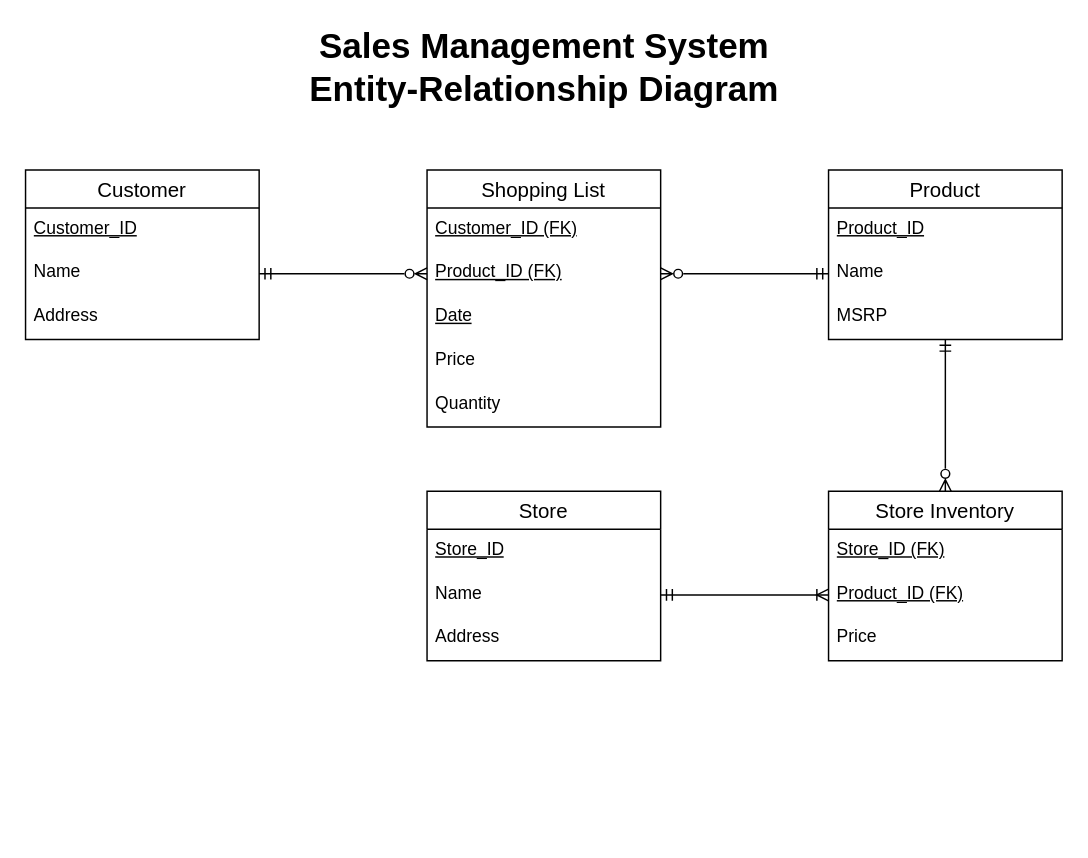
Earlier version of the draw.io diagram page "Page-1" (1 of 2) of SMS Class Diagram.drawio (HLiew97/CIS-3060). Source tidied: cells renumbered, new cells numbered last; positions are measured from the earlier drawing's top-left corner, leaving out a move shared by most shapes. Both pictures are drawn from the tidied source at 146%, with x=0, y=0 at pixel (25, 38).
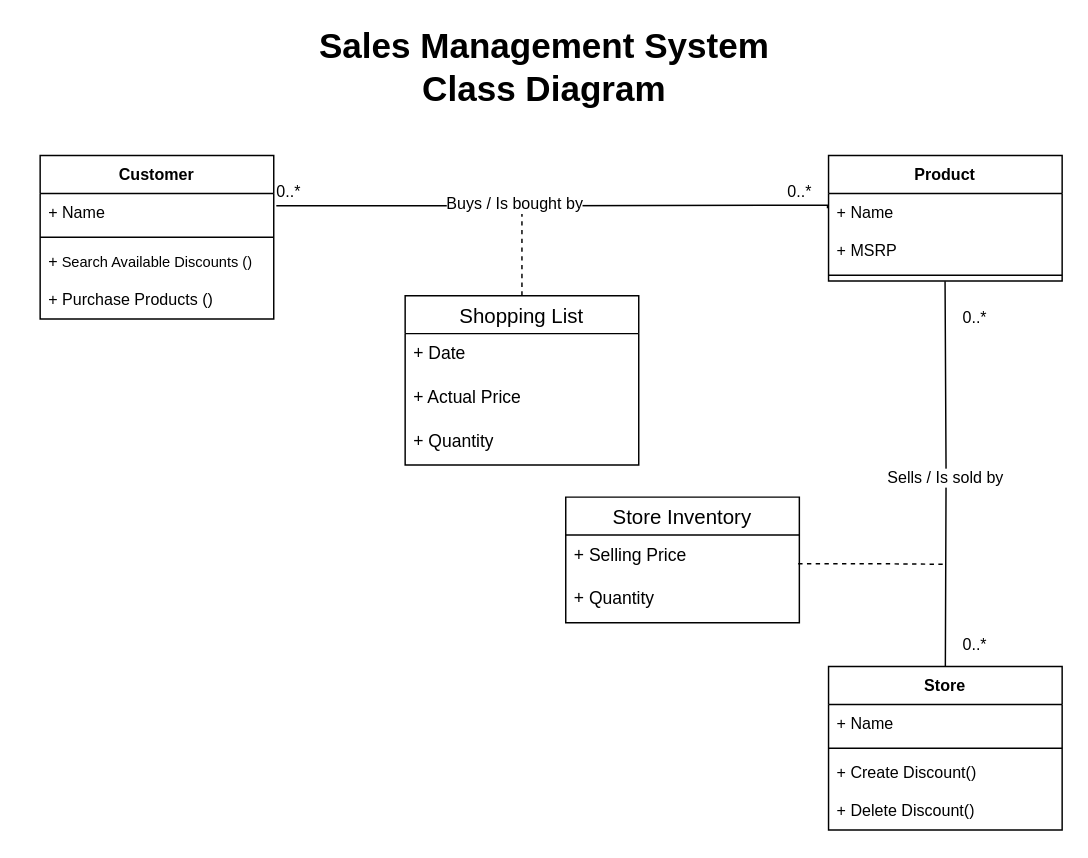
The same page after the edit.

Change to the diagram source:
```diff
@@
-    <mxCell id="2" value="Customer" style="swimlane;fontStyle=0;horizontal=1;startSize=26;align=center;fontSize=14;" parent="1" vertex="1">
-      <mxGeometry y="90" width="160" height="116" as="geometry" />
-    </mxCell>
-    <mxCell id="3" value="Customer_ID" style="text;strokeColor=none;fillColor=none;spacingLeft=4;spacingRight=4;overflow=hidden;fontSize=12;whiteSpace=wrap;html=1;fontStyle=4;" parent="2" vertex="1">
-      <mxGeometry y="26" width="160" height="30" as="geometry" />
-    </mxCell>
-    <mxCell id="4" value="Name" style="text;strokeColor=none;fillColor=none;spacingLeft=4;spacingRight=4;overflow=hidden;points=[[0,0.5],[1,0.5]];portConstraint=eastwest;fontSize=12;whiteSpace=wrap;html=1;" parent="2" vertex="1">
-      <mxGeometry y="56" width="160" height="30" as="geometry" />
-    </mxCell>
-    <mxCell id="5" value="Address" style="text;strokeColor=none;fillColor=none;spacingLeft=4;spacingRight=4;overflow=hidden;fontSize=12;whiteSpace=wrap;html=1;" parent="2" vertex="1">
-      <mxGeometry y="86" width="160" height="30" as="geometry" />
-    </mxCell>
-    <mxCell id="6" value="Store" style="swimlane;fontStyle=0;horizontal=1;startSize=26;align=center;fontSize=14;" parent="1" vertex="1">
-      <mxGeometry x="275" y="310" width="160" height="116" as="geometry" />
-    </mxCell>
-    <mxCell id="7" value="Store_ID" style="text;strokeColor=none;fillColor=none;spacingLeft=4;spacingRight=4;overflow=hidden;fontSize=12;whiteSpace=wrap;html=1;fontStyle=4;" parent="6" vertex="1">
-      <mxGeometry y="26" width="160" height="30" as="geometry" />
-    </mxCell>
-    <mxCell id="8" value="Name" style="text;strokeColor=none;fillColor=none;spacingLeft=4;spacingRight=4;overflow=hidden;points=[[0,0.5],[1,0.5]];portConstraint=eastwest;fontSize=12;whiteSpace=wrap;html=1;" parent="6" vertex="1">
-      <mxGeometry y="56" width="160" height="30" as="geometry" />
-    </mxCell>
-    <mxCell id="9" value="Address" style="text;strokeColor=none;fillColor=none;spacingLeft=4;spacingRight=4;overflow=hidden;fontSize=12;whiteSpace=wrap;html=1;" parent="6" vertex="1">
-      <mxGeometry y="86" width="160" height="30" as="geometry" />
-    </mxCell>
-    <mxCell id="10" value="Product" style="swimlane;fontStyle=0;horizontal=1;startSize=26;align=center;fontSize=14;" parent="1" vertex="1">
-      <mxGeometry x="550" y="90" width="160" height="116" as="geometry" />
-    </mxCell>
-    <mxCell id="11" value="Product_ID" style="text;strokeColor=none;fillColor=none;spacingLeft=4;spacingRight=4;overflow=hidden;fontSize=12;whiteSpace=wrap;html=1;fontStyle=4;" parent="10" vertex="1">
-      <mxGeometry y="26" width="160" height="30" as="geometry" />
-    </mxCell>
-    <mxCell id="12" value="Name" style="text;strokeColor=none;fillColor=none;spacingLeft=4;spacingRight=4;overflow=hidden;points=[[0,0.5],[1,0.5]];portConstraint=eastwest;fontSize=12;whiteSpace=wrap;html=1;" parent="10" vertex="1">
-      <mxGeometry y="56" width="160" height="30" as="geometry" />
-    </mxCell>
-    <mxCell id="13" value="MSRP" style="text;strokeColor=none;fillColor=none;spacingLeft=4;spacingRight=4;overflow=hidden;fontSize=12;whiteSpace=wrap;html=1;" parent="10" vertex="1">
-      <mxGeometry y="86" width="160" height="30" as="geometry" />
-    </mxCell>
+    <mxCell id="29" style="edgeStyle=orthogonalEdgeStyle;shape=connector;rounded=0;orthogonalLoop=1;jettySize=auto;html=1;strokeColor=default;align=center;verticalAlign=middle;fontFamily=Helvetica;fontSize=11;fontColor=default;labelBackgroundColor=default;endArrow=none;endFill=0;entryX=0.499;entryY=1.005;entryDx=0;entryDy=0;entryPerimeter=0;" parent="1" edge="1">
+      <mxGeometry relative="1" as="geometry">
+        <mxPoint x="630" y="430" as="sourcePoint" />
+        <mxPoint x="629.8" y="166.1" as="targetPoint" />
+      </mxGeometry>
+    </mxCell>
+    <mxCell id="30" value="Sells / Is sold by" style="edgeLabel;html=1;align=center;verticalAlign=middle;fontFamily=Helvetica;fontSize=11;fontColor=default;labelBackgroundColor=default;" parent="29" vertex="1">
+      <mxGeometry x="-0.02" y="1" relative="1" as="geometry" />
+    </mxCell>
+    <mxCell id="31" style="edgeStyle=orthogonalEdgeStyle;shape=connector;rounded=0;jettySize=auto;html=1;strokeColor=default;align=center;verticalAlign=middle;fontFamily=Helvetica;fontSize=11;fontColor=default;labelBackgroundColor=default;endArrow=none;endFill=0;dashed=1;" parent="1" edge="1" source="14">
+      <mxGeometry relative="1" as="geometry">
+        <mxPoint x="340" y="120" as="targetPoint" />
+      </mxGeometry>
+    </mxCell>
     <mxCell id="14" value="Shopping List" style="swimlane;fontStyle=0;horizontal=1;startSize=26;align=center;fontSize=14;" parent="1" vertex="1">
-      <mxGeometry x="275" y="90" width="160" height="176" as="geometry" />
+      <mxGeometry x="260" y="176" width="160" height="116" as="geometry" />
     </mxCell>
-    <mxCell id="15" value="Customer_ID (FK)" style="text;strokeColor=none;fillColor=none;spacingLeft=4;spacingRight=4;overflow=hidden;fontSize=12;whiteSpace=wrap;html=1;fontStyle=4;" parent="14" vertex="1">
-      <mxGeometry y="26" width="160" height="30" as="geometry" />
-    </mxCell>
-    <mxCell id="16" value="Product_ID (FK)" style="text;strokeColor=none;fillColor=none;spacingLeft=4;spacingRight=4;overflow=hidden;points=[[0,0.5],[1,0.5]];portConstraint=eastwest;fontSize=12;whiteSpace=wrap;html=1;fontStyle=4;" parent="14" vertex="1">
-      <mxGeometry y="56" width="160" height="30" as="geometry" />
-    </mxCell>
-    <mxCell id="17" value="Date" style="text;strokeColor=none;fillColor=none;spacingLeft=4;spacingRight=4;overflow=hidden;fontSize=12;whiteSpace=wrap;html=1;fontStyle=4;" parent="14" vertex="1">
-      <mxGeometry y="86" width="160" height="30" as="geometry" />
+    <mxCell id="17" value="+ Date" style="text;strokeColor=none;fillColor=none;spacingLeft=4;spacingRight=4;overflow=hidden;fontSize=12;whiteSpace=wrap;html=1;fontStyle=0;" parent="14" vertex="1">
+      <mxGeometry y="26" width="160" height="30" as="geometry" />
     </mxCell>
-    <mxCell id="18" value="Price" style="text;strokeColor=none;fillColor=none;spacingLeft=4;spacingRight=4;overflow=hidden;fontSize=12;whiteSpace=wrap;html=1;fontStyle=0;" parent="14" vertex="1">
-      <mxGeometry y="116" width="160" height="30" as="geometry" />
+    <mxCell id="18" value="+ Actual Price" style="text;strokeColor=none;fillColor=none;spacingLeft=4;spacingRight=4;overflow=hidden;fontSize=12;whiteSpace=wrap;html=1;fontStyle=0;" parent="14" vertex="1">
+      <mxGeometry y="56" width="160" height="30" as="geometry" />
     </mxCell>
-    <mxCell id="19" value="Quantity" style="text;strokeColor=none;fillColor=none;spacingLeft=4;spacingRight=4;overflow=hidden;fontSize=12;whiteSpace=wrap;html=1;fontStyle=0;" parent="14" vertex="1">
-      <mxGeometry y="146" width="160" height="30" as="geometry" />
+    <mxCell id="19" value="+ Quantity" style="text;strokeColor=none;fillColor=none;spacingLeft=4;spacingRight=4;overflow=hidden;fontSize=12;whiteSpace=wrap;html=1;fontStyle=0;" parent="14" vertex="1">
+      <mxGeometry y="86" width="160" height="30" as="geometry" />
     </mxCell>
-    <mxCell id="20" style="edgeStyle=orthogonalEdgeStyle;shape=connector;rounded=0;jettySize=auto;html=1;strokeColor=default;align=center;verticalAlign=middle;fontFamily=Helvetica;fontSize=11;fontColor=default;labelBackgroundColor=default;endArrow=ERmandOne;endFill=0;entryX=0.5;entryY=1;entryDx=0;entryDy=0;startArrow=ERzeroToMany;startFill=0;" parent="1" edge="1" source="21" target="10">
-      <mxGeometry relative="1" as="geometry" />
-    </mxCell>
+    <mxCell id="32" style="edgeStyle=orthogonalEdgeStyle;shape=connector;rounded=0;orthogonalLoop=1;jettySize=auto;html=1;strokeColor=default;align=center;verticalAlign=middle;fontFamily=Helvetica;fontSize=11;fontColor=default;labelBackgroundColor=default;endArrow=none;endFill=0;exitX=0.995;exitY=0.653;exitDx=0;exitDy=0;dashed=1;exitPerimeter=0;" parent="1" edge="1">
+      <mxGeometry relative="1" as="geometry">
+        <mxPoint x="529.2" y="359.6" as="sourcePoint" />
+        <mxPoint x="630" y="360" as="targetPoint" />
+        <Array as="points">
+          <mxPoint x="580" y="360" />
+        </Array>
+      </mxGeometry>
+    </mxCell>
     <mxCell id="21" value="Store Inventory" style="swimlane;fontStyle=0;horizontal=1;startSize=26;align=center;fontSize=14;" parent="1" vertex="1">
-      <mxGeometry x="550" y="310" width="160" height="116" as="geometry" />
+      <mxGeometry x="370" y="314" width="160" height="86" as="geometry" />
     </mxCell>
-    <mxCell id="22" value="Store_ID (FK)&lt;div&gt;&lt;br&gt;&lt;/div&gt;" style="text;strokeColor=none;fillColor=none;spacingLeft=4;spacingRight=4;overflow=hidden;fontSize=12;whiteSpace=wrap;html=1;fontStyle=4;" parent="21" vertex="1">
-      <mxGeometry y="26" width="160" height="30" as="geometry" />
-    </mxCell>
-    <mxCell id="23" value="Product_ID (FK)" style="text;strokeColor=none;fillColor=none;spacingLeft=4;spacingRight=4;overflow=hidden;points=[[0,0.5],[1,0.5]];portConstraint=eastwest;fontSize=12;whiteSpace=wrap;html=1;fontStyle=4;" parent="21" vertex="1">
-      <mxGeometry y="56" width="160" height="30" as="geometry" />
-    </mxCell>
-    <mxCell id="24" value="Price" style="text;strokeColor=none;fillColor=none;spacingLeft=4;spacingRight=4;overflow=hidden;fontSize=12;whiteSpace=wrap;html=1;" parent="21" vertex="1">
-      <mxGeometry y="86" width="160" height="30" as="geometry" />
+    <mxCell id="24" value="+ Selling Price" style="text;strokeColor=none;fillColor=none;spacingLeft=4;spacingRight=4;overflow=hidden;fontSize=12;whiteSpace=wrap;html=1;" parent="21" vertex="1">
+      <mxGeometry y="26" width="160" height="30" as="geometry" />
     </mxCell>
+    <mxCell id="33" value="+ Quantity" style="text;strokeColor=none;fillColor=none;spacingLeft=4;spacingRight=4;overflow=hidden;fontSize=12;whiteSpace=wrap;html=1;" parent="21" vertex="1">
+      <mxGeometry y="56" width="160" height="30" as="geometry" />
+    </mxCell>
-    <mxCell id="25" value="Sales Management System&lt;div&gt;Entity-Relationship Diagram&lt;/div&gt;" style="text;strokeColor=none;fillColor=none;html=1;fontSize=24;fontStyle=1;verticalAlign=middle;align=center;" parent="1" vertex="1">
+    <mxCell id="25" value="Sales Management System&lt;div&gt;Class Diagram&lt;/div&gt;" style="text;strokeColor=none;fillColor=none;html=1;fontSize=24;fontStyle=1;verticalAlign=middle;align=center;" parent="1" vertex="1">
       <mxGeometry x="305" width="100" height="40" as="geometry" />
     </mxCell>
-    <mxCell id="26" style="edgeStyle=orthogonalEdgeStyle;rounded=0;jettySize=auto;html=1;entryX=0;entryY=0.5;entryDx=0;entryDy=0;endArrow=ERzeroToMany;endFill=0;startArrow=ERmandOne;startFill=0;" parent="1" edge="1" source="4" target="16">
-      <mxGeometry relative="1" as="geometry" />
-    </mxCell>
-    <mxCell id="27" style="edgeStyle=orthogonalEdgeStyle;shape=connector;rounded=0;jettySize=auto;html=1;entryX=1;entryY=0.5;entryDx=0;entryDy=0;strokeColor=default;align=center;verticalAlign=middle;fontFamily=Helvetica;fontSize=11;fontColor=default;labelBackgroundColor=default;endArrow=ERzeroToMany;endFill=0;startArrow=ERmandOne;startFill=0;exitX=0;exitY=0.5;exitDx=0;exitDy=0;" parent="1" edge="1" source="12" target="16">
-      <mxGeometry relative="1" as="geometry">
-        <Array as="points">
-          <mxPoint x="530" y="161" />
-          <mxPoint x="530" y="161" />
-        </Array>
-      </mxGeometry>
-    </mxCell>
-    <mxCell id="28" style="edgeStyle=orthogonalEdgeStyle;shape=connector;rounded=0;jettySize=auto;html=1;entryX=0;entryY=0.5;entryDx=0;entryDy=0;strokeColor=default;align=center;verticalAlign=middle;fontFamily=Helvetica;fontSize=11;fontColor=default;labelBackgroundColor=default;endArrow=ERoneToMany;endFill=0;startArrow=ERmandOne;startFill=0;" parent="1" edge="1" source="8" target="23">
-      <mxGeometry relative="1" as="geometry" />
-    </mxCell>
+    <mxCell id="34" style="edgeStyle=orthogonalEdgeStyle;rounded=0;jettySize=auto;html=1;endArrow=none;endFill=0;exitX=1.011;exitY=0.324;exitDx=0;exitDy=0;exitPerimeter=0;entryX=0.982;entryY=0.871;entryDx=0;entryDy=0;entryPerimeter=0;" parent="1" edge="1" source="40" target="36">
+      <mxGeometry relative="1" as="geometry">
+        <Array as="points">
+          <mxPoint x="359" y="114" />
+          <mxPoint x="549" y="114" />
+        </Array>
+      </mxGeometry>
+    </mxCell>
+    <mxCell id="35" value="Buys / Is bought by" style="edgeLabel;html=1;align=center;verticalAlign=middle;fontFamily=Helvetica;fontSize=11;fontColor=default;labelBackgroundColor=default;" parent="34" vertex="1">
+      <mxGeometry x="-0.14" y="2" relative="1" as="geometry" />
+    </mxCell>
+    <mxCell id="36" value="0..*" style="text;html=1;align=center;verticalAlign=middle;points=[];strokeColor=none;fillColor=none;fontFamily=Helvetica;fontSize=11;fontColor=default;labelBackgroundColor=default;" parent="1" vertex="1">
+      <mxGeometry x="510" y="90" width="40" height="30" as="geometry" />
+    </mxCell>
+    <mxCell id="37" value="0..*" style="text;html=1;align=center;verticalAlign=middle;strokeColor=none;fillColor=none;fontFamily=Helvetica;fontSize=11;fontColor=default;labelBackgroundColor=default;" parent="1" vertex="1">
+      <mxGeometry x="630" y="176" width="40" height="30" as="geometry" />
+    </mxCell>
+    <mxCell id="38" value="0..*" style="text;html=1;align=center;verticalAlign=middle;strokeColor=none;fillColor=none;fontFamily=Helvetica;fontSize=11;fontColor=default;labelBackgroundColor=default;" parent="1" vertex="1">
+      <mxGeometry x="630" y="400" width="40" height="30" as="geometry" />
+    </mxCell>
+    <mxCell id="39" value="0..*" style="text;html=1;align=center;verticalAlign=middle;strokeColor=none;fillColor=none;fontFamily=Helvetica;fontSize=11;fontColor=default;labelBackgroundColor=default;" parent="1" vertex="1">
+      <mxGeometry x="160" y="90" width="40" height="30" as="geometry" />
+    </mxCell>
+    <mxCell id="2" value="Customer" style="swimlane;fontStyle=1;align=center;verticalAlign=top;horizontal=1;startSize=26;whiteSpace=wrap;html=1;fontFamily=Helvetica;fontSize=11;fontColor=default;labelBackgroundColor=default;" parent="1" vertex="1">
+      <mxGeometry x="10" y="80" width="160" height="112" as="geometry" />
+    </mxCell>
+    <mxCell id="40" value="+ Name" style="text;strokeColor=none;fillColor=none;align=left;verticalAlign=top;spacingLeft=4;spacingRight=4;overflow=hidden;points=[[0,0.5],[1,0.5]];portConstraint=eastwest;whiteSpace=wrap;html=1;fontFamily=Helvetica;fontSize=11;fontColor=default;labelBackgroundColor=default;" parent="2" vertex="1">
+      <mxGeometry y="26" width="160" height="26" as="geometry" />
+    </mxCell>
+    <mxCell id="41" style="line;strokeWidth=1;fillColor=none;align=left;verticalAlign=middle;spacingTop=-1;spacingLeft=3;spacingRight=3;labelPosition=right;strokeColor=inherit;fontFamily=Helvetica;fontSize=11;fontColor=default;labelBackgroundColor=default;" parent="2" vertex="1">
+      <mxGeometry y="52" width="160" height="8" as="geometry" />
+    </mxCell>
+    <mxCell id="42" value="+&lt;font style=&quot;font-size: 10px;&quot;&gt; Search Available Discounts ()&lt;/font&gt;" style="text;strokeColor=none;fillColor=none;align=left;verticalAlign=top;spacingLeft=4;spacingRight=4;overflow=hidden;whiteSpace=wrap;html=1;fontFamily=Helvetica;fontSize=11;fontColor=default;labelBackgroundColor=default;" parent="2" vertex="1">
+      <mxGeometry y="60" width="160" height="26" as="geometry" />
+    </mxCell>
+    <mxCell id="43" value="+ Purchase Products ()" style="text;strokeColor=none;fillColor=none;align=left;verticalAlign=top;spacingLeft=4;spacingRight=4;overflow=hidden;whiteSpace=wrap;html=1;fontFamily=Helvetica;fontSize=11;fontColor=default;labelBackgroundColor=default;" parent="2" vertex="1">
+      <mxGeometry y="86" width="160" height="26" as="geometry" />
+    </mxCell>
+    <mxCell id="10" value="Product" style="swimlane;fontStyle=1;align=center;verticalAlign=top;horizontal=1;startSize=26;whiteSpace=wrap;html=1;fontFamily=Helvetica;fontSize=11;fontColor=default;labelBackgroundColor=default;" parent="1" vertex="1">
+      <mxGeometry x="550" y="80" width="160" height="86" as="geometry" />
+    </mxCell>
+    <mxCell id="44" value="+ Name" style="text;strokeColor=none;fillColor=none;align=left;verticalAlign=top;spacingLeft=4;spacingRight=4;overflow=hidden;whiteSpace=wrap;html=1;fontFamily=Helvetica;fontSize=11;fontColor=default;labelBackgroundColor=default;" parent="10" vertex="1">
+      <mxGeometry y="26" width="160" height="26" as="geometry" />
+    </mxCell>
+    <mxCell id="45" value="+ MSRP" style="text;strokeColor=none;fillColor=none;align=left;verticalAlign=top;spacingLeft=4;spacingRight=4;overflow=hidden;whiteSpace=wrap;html=1;fontFamily=Helvetica;fontSize=11;fontColor=default;labelBackgroundColor=default;" parent="10" vertex="1">
+      <mxGeometry y="52" width="160" height="26" as="geometry" />
+    </mxCell>
+    <mxCell id="46" style="line;strokeWidth=1;fillColor=none;align=left;verticalAlign=middle;spacingTop=-1;spacingLeft=3;spacingRight=3;labelPosition=right;strokeColor=inherit;fontFamily=Helvetica;fontSize=11;fontColor=default;labelBackgroundColor=default;" parent="10" vertex="1">
+      <mxGeometry y="78" width="160" height="8" as="geometry" />
+    </mxCell>
+    <mxCell id="6" value="Store" style="swimlane;fontStyle=1;align=center;verticalAlign=top;horizontal=1;startSize=26;whiteSpace=wrap;html=1;fontFamily=Helvetica;fontSize=11;fontColor=default;labelBackgroundColor=default;" parent="1" vertex="1">
+      <mxGeometry x="550" y="430" width="160" height="112" as="geometry" />
+    </mxCell>
+    <mxCell id="47" value="+ Name" style="text;strokeColor=none;fillColor=none;align=left;verticalAlign=top;spacingLeft=4;spacingRight=4;overflow=hidden;whiteSpace=wrap;html=1;fontFamily=Helvetica;fontSize=11;fontColor=default;labelBackgroundColor=default;" parent="6" vertex="1">
+      <mxGeometry y="26" width="160" height="26" as="geometry" />
+    </mxCell>
+    <mxCell id="48" style="line;strokeWidth=1;fillColor=none;align=left;verticalAlign=middle;spacingTop=-1;spacingLeft=3;spacingRight=3;labelPosition=right;strokeColor=inherit;fontFamily=Helvetica;fontSize=11;fontColor=default;labelBackgroundColor=default;" parent="6" vertex="1">
+      <mxGeometry y="52" width="160" height="8" as="geometry" />
+    </mxCell>
+    <mxCell id="49" value="+ Create Discount()" style="text;strokeColor=none;fillColor=none;align=left;verticalAlign=top;spacingLeft=4;spacingRight=4;overflow=hidden;whiteSpace=wrap;html=1;fontFamily=Helvetica;fontSize=11;fontColor=default;labelBackgroundColor=default;" parent="6" vertex="1">
+      <mxGeometry y="60" width="160" height="26" as="geometry" />
+    </mxCell>
+    <mxCell id="50" value="+ Delete Discount()" style="text;strokeColor=none;fillColor=none;align=left;verticalAlign=top;spacingLeft=4;spacingRight=4;overflow=hidden;whiteSpace=wrap;html=1;fontFamily=Helvetica;fontSize=11;fontColor=default;labelBackgroundColor=default;" parent="6" vertex="1">
+      <mxGeometry y="86" width="160" height="26" as="geometry" />
+    </mxCell>
```
